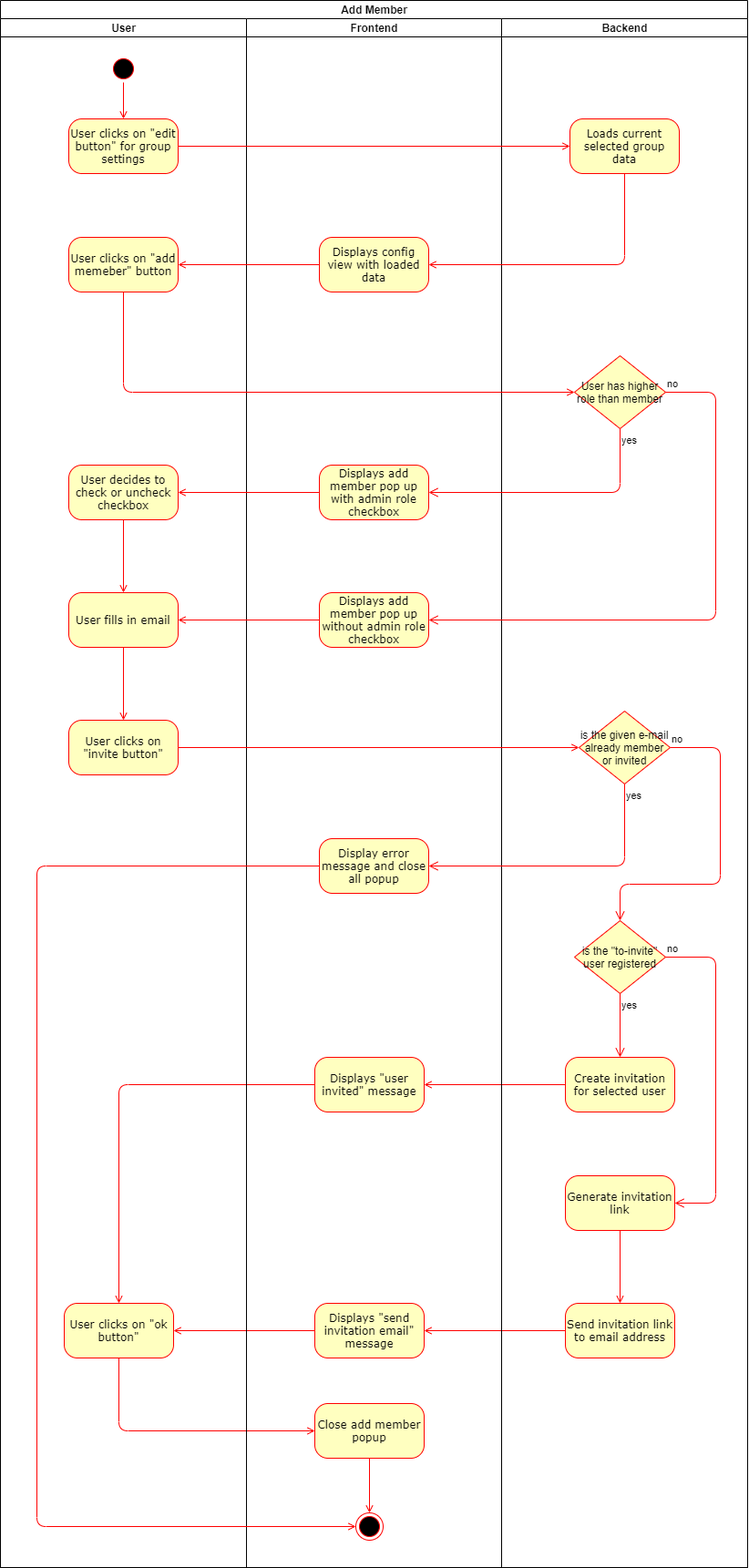
This is use_cases/manage_group/add_member.png from placetobeer/documentation, a draw.io export, as it was before one commit. Source tidied: cells renumbered, new cells last; positions are measured from the earlier drawing's top-left corner, leaving out a move shared by most shapes.
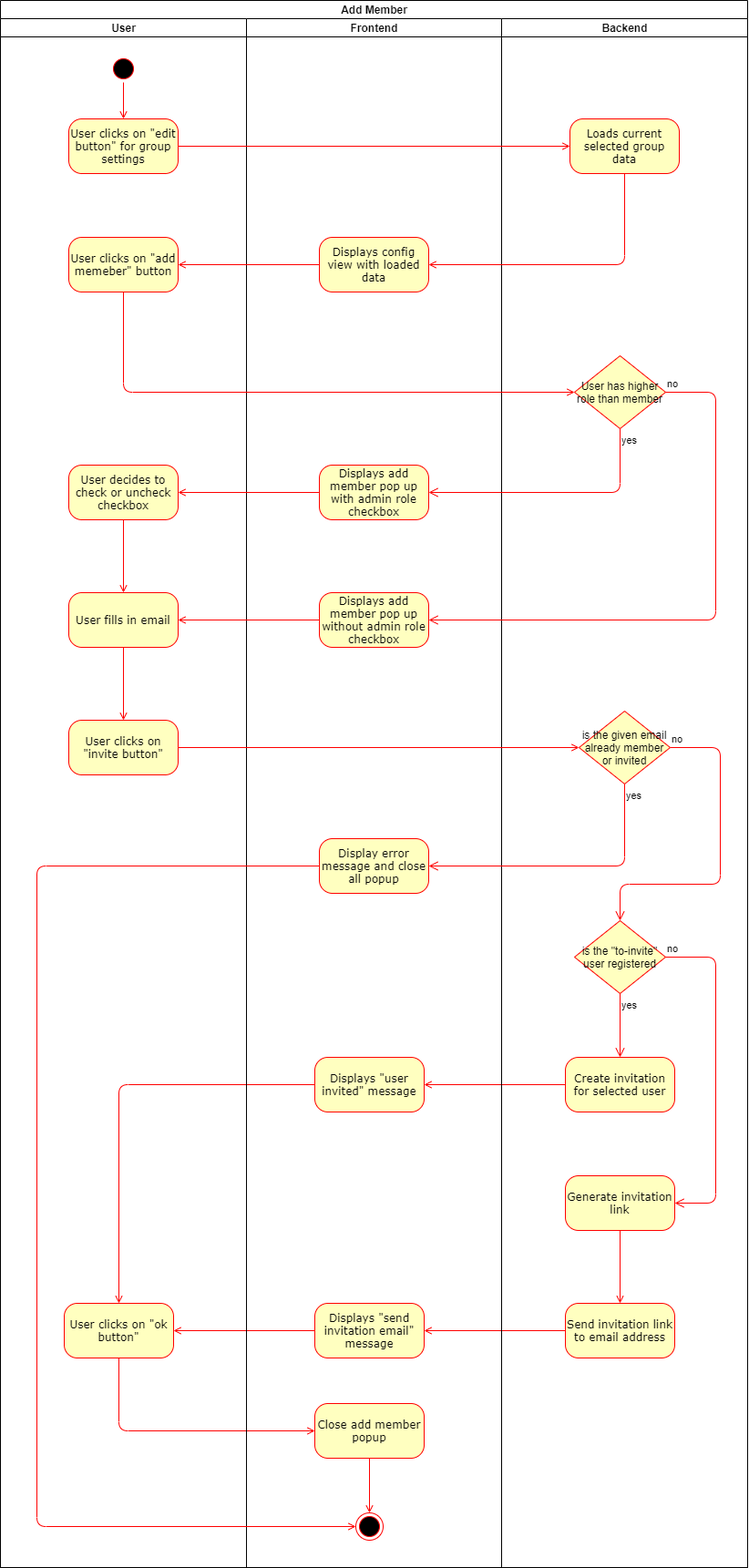
After the change.

Diff of the diagram source:
```diff
@@ -127,7 +127,7 @@
     <mxCell id="39" value="User has higher role than member" style="rhombus;whiteSpace=wrap;html=1;fillColor=#ffffc0;strokeColor=#ff0000;" parent="30" vertex="1">
       <mxGeometry x="80" y="370" width="100" height="80" as="geometry" />
     </mxCell>
-    <mxCell id="40" value="is the given e-mail already member or invited" style="rhombus;whiteSpace=wrap;html=1;fillColor=#ffffc0;strokeColor=#ff0000;" parent="30" vertex="1">
+    <mxCell id="40" value="is the given email already member or invited" style="rhombus;whiteSpace=wrap;html=1;fillColor=#ffffc0;strokeColor=#ff0000;" parent="30" vertex="1">
       <mxGeometry x="85" y="760" width="100" height="80" as="geometry" />
     </mxCell>
     <mxCell id="41" value="no" style="edgeStyle=orthogonalEdgeStyle;html=1;align=left;verticalAlign=bottom;endArrow=open;endSize=8;strokeColor=#ff0000;entryX=0.5;entryY=0;entryDx=0;entryDy=0;exitX=1;exitY=0.5;exitDx=0;exitDy=0;" parent="30" edge="1" source="40" target="32">
```
